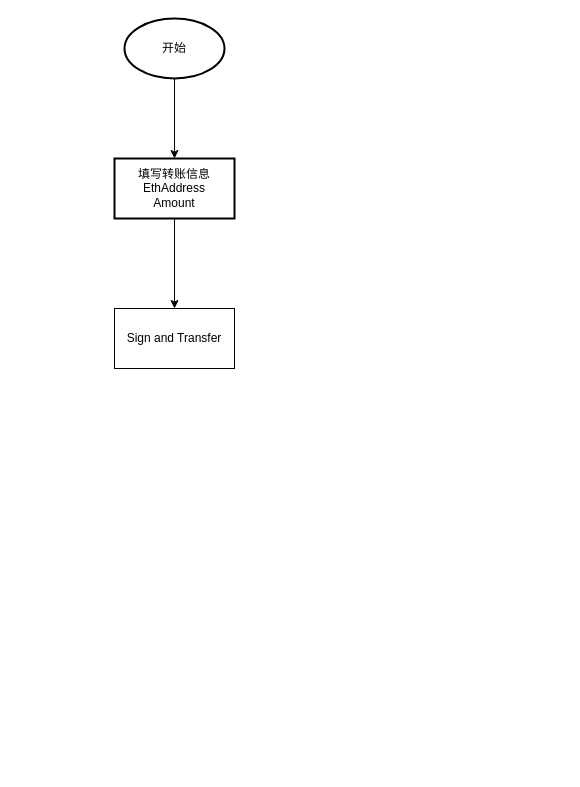
kami1983/umls keeps this draw.io diagram as 简易转账流程.drawio. Above is the earlier version. Source tidied: cells renumbered, new cells numbered last; positions are measured from the earlier drawing's top-left corner, leaving out a move shared by most shapes. Both pictures are drawn from the tidied source at 100%, with x=0, y=0 at pixel (114, 18).
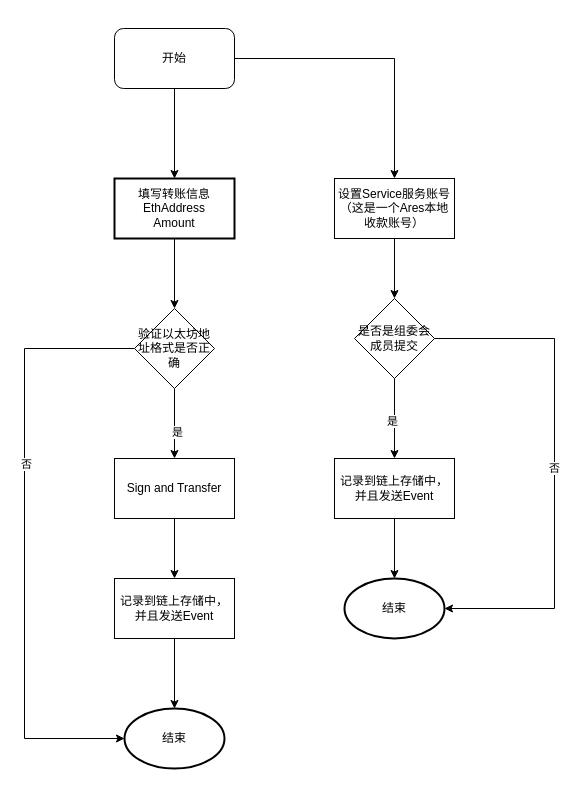
After the change.

Commit message (it also covers changes not shown here):
Update 简易转账流程.drawio

Change to the diagram source:
```diff
@@
-    <mxCell id="2" style="edgeStyle=orthogonalEdgeStyle;rounded=0;jettySize=auto;html=1;" parent="1" edge="1" source="3" target="5">
-      <mxGeometry relative="1" as="geometry" />
-    </mxCell>
-    <mxCell id="3" value="开始" style="strokeWidth=2;html=1;shape=mxgraph.flowchart.start_1;whiteSpace=wrap;" parent="1" vertex="1">
-      <mxGeometry x="10" width="100" height="60" as="geometry" />
-    </mxCell>
-    <mxCell id="4" style="edgeStyle=orthogonalEdgeStyle;rounded=0;jettySize=auto;html=1;" parent="1" edge="1" source="5" target="6">
+    <mxCell id="4" style="edgeStyle=orthogonalEdgeStyle;rounded=0;jettySize=auto;html=1;" parent="1" edge="1" source="5" target="20">
       <mxGeometry relative="1" as="geometry" />
     </mxCell>
     <mxCell id="5" value="填写转账信息&lt;br&gt;EthAddress&lt;br&gt;Amount" style="whiteSpace=wrap;html=1;strokeWidth=2;" parent="1" vertex="1">
-      <mxGeometry y="140" width="120" height="60" as="geometry" />
+      <mxGeometry y="160" width="120" height="60" as="geometry" />
     </mxCell>
+    <mxCell id="7" style="edgeStyle=orthogonalEdgeStyle;rounded=0;jettySize=auto;html=1;" parent="1" edge="1" source="6" target="22">
+      <mxGeometry relative="1" as="geometry" />
+    </mxCell>
     <mxCell id="6" value="Sign and Transfer" style="rounded=0;whiteSpace=wrap;html=1;" parent="1" vertex="1">
-      <mxGeometry y="290" width="120" height="60" as="geometry" />
+      <mxGeometry y="440" width="120" height="60" as="geometry" />
     </mxCell>
+    <mxCell id="8" value="结束" style="strokeWidth=2;html=1;shape=mxgraph.flowchart.start_1;whiteSpace=wrap;" parent="1" vertex="1">
+      <mxGeometry x="10" y="690" width="100" height="60" as="geometry" />
+    </mxCell>
+    <mxCell id="2" style="edgeStyle=orthogonalEdgeStyle;rounded=0;jettySize=auto;html=1;" parent="1" edge="1" source="3" target="5">
+      <mxGeometry relative="1" as="geometry" />
+    </mxCell>
+    <mxCell id="9" style="edgeStyle=orthogonalEdgeStyle;rounded=0;jettySize=auto;html=1;" parent="1" edge="1" source="3" target="11">
+      <mxGeometry relative="1" as="geometry" />
+    </mxCell>
+    <mxCell id="3" value="开始" style="rounded=1;whiteSpace=wrap;html=1;" parent="1" vertex="1">
+      <mxGeometry y="10" width="120" height="60" as="geometry" />
+    </mxCell>
+    <mxCell id="10" style="edgeStyle=orthogonalEdgeStyle;rounded=0;jettySize=auto;html=1;" parent="1" edge="1" source="11" target="15">
+      <mxGeometry relative="1" as="geometry" />
+    </mxCell>
+    <mxCell id="11" value="设置Service服务账号（这是一个Ares本地收款账号）" style="rounded=0;whiteSpace=wrap;html=1;" parent="1" vertex="1">
+      <mxGeometry x="220" y="160" width="120" height="60" as="geometry" />
+    </mxCell>
+    <mxCell id="12" style="edgeStyle=orthogonalEdgeStyle;rounded=0;jettySize=auto;html=1;" parent="1" edge="1" source="15" target="25">
+      <mxGeometry relative="1" as="geometry" />
+    </mxCell>
+    <mxCell id="13" value="是" style="edgeLabel;html=1;align=center;verticalAlign=middle;" parent="12" vertex="1">
+      <mxGeometry x="0.05" y="-3" relative="1" as="geometry" />
+    </mxCell>
+    <mxCell id="14" value="否" style="edgeStyle=orthogonalEdgeStyle;rounded=0;jettySize=auto;html=1;entryX=1;entryY=0.5;entryDx=0;entryDy=0;entryPerimeter=0;" parent="1" edge="1" source="15" target="23">
+      <mxGeometry relative="1" as="geometry">
+        <Array as="points">
+          <mxPoint x="440" y="320" />
+          <mxPoint x="440" y="590" />
+        </Array>
+      </mxGeometry>
+    </mxCell>
+    <mxCell id="15" value="是否是组委会成员提交" style="rhombus;whiteSpace=wrap;html=1;" parent="1" vertex="1">
+      <mxGeometry x="240" y="280" width="80" height="80" as="geometry" />
+    </mxCell>
+    <mxCell id="16" style="edgeStyle=orthogonalEdgeStyle;rounded=0;jettySize=auto;html=1;" parent="1" edge="1" source="20" target="6">
+      <mxGeometry relative="1" as="geometry" />
+    </mxCell>
+    <mxCell id="17" value="是" style="edgeLabel;html=1;align=center;verticalAlign=middle;" parent="16" vertex="1">
+      <mxGeometry x="0.23" y="2" relative="1" as="geometry" />
+    </mxCell>
+    <mxCell id="18" style="edgeStyle=orthogonalEdgeStyle;rounded=0;jettySize=auto;html=1;entryX=0;entryY=0.5;entryDx=0;entryDy=0;entryPerimeter=0;" parent="1" edge="1" source="20" target="8">
+      <mxGeometry relative="1" as="geometry">
+        <Array as="points">
+          <mxPoint x="-90" y="330" />
+          <mxPoint x="-90" y="720" />
+        </Array>
+      </mxGeometry>
+    </mxCell>
+    <mxCell id="19" value="否" style="edgeLabel;html=1;align=center;verticalAlign=middle;" parent="18" vertex="1">
+      <mxGeometry x="-0.25" y="1" relative="1" as="geometry" />
+    </mxCell>
+    <mxCell id="20" value="验证以太坊地址格式是否正确" style="rhombus;whiteSpace=wrap;html=1;" parent="1" vertex="1">
+      <mxGeometry x="20" y="290" width="80" height="80" as="geometry" />
+    </mxCell>
+    <mxCell id="21" style="edgeStyle=orthogonalEdgeStyle;rounded=0;jettySize=auto;html=1;" parent="1" edge="1" source="22" target="8">
+      <mxGeometry relative="1" as="geometry" />
+    </mxCell>
+    <mxCell id="22" value="记录到链上存储中，并且发送Event" style="rounded=0;whiteSpace=wrap;html=1;" parent="1" vertex="1">
+      <mxGeometry y="560" width="120" height="60" as="geometry" />
+    </mxCell>
+    <mxCell id="23" value="结束" style="strokeWidth=2;html=1;shape=mxgraph.flowchart.start_1;whiteSpace=wrap;" parent="1" vertex="1">
+      <mxGeometry x="230" y="560" width="100" height="60" as="geometry" />
+    </mxCell>
+    <mxCell id="24" style="edgeStyle=orthogonalEdgeStyle;rounded=0;jettySize=auto;html=1;" parent="1" edge="1" source="25" target="23">
+      <mxGeometry relative="1" as="geometry" />
+    </mxCell>
+    <mxCell id="25" value="记录到链上存储中，并且发送Event" style="rounded=0;whiteSpace=wrap;html=1;" parent="1" vertex="1">
+      <mxGeometry x="220" y="440" width="120" height="60" as="geometry" />
+    </mxCell>
```
